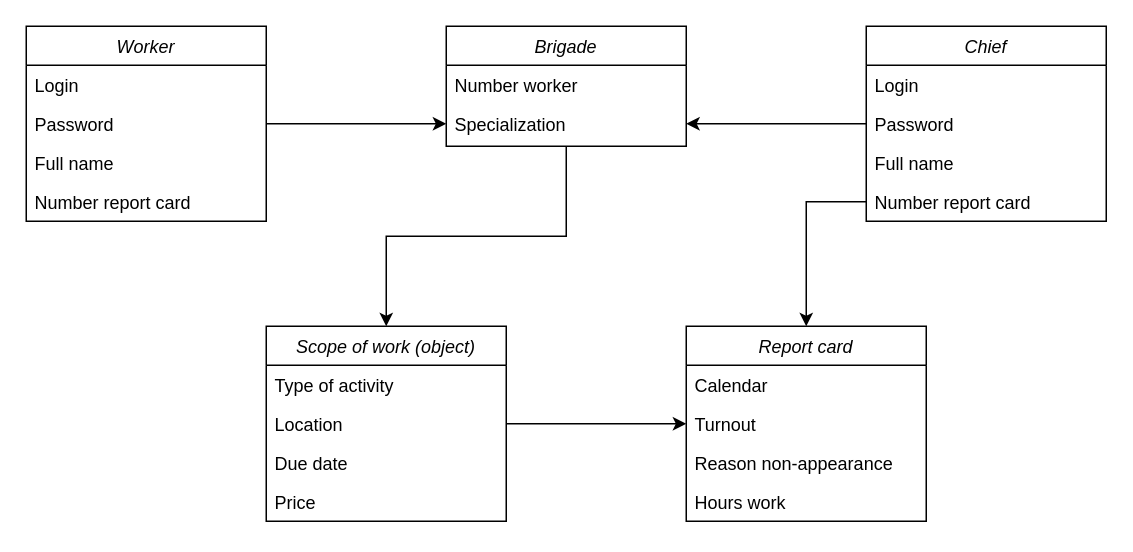
The draw.io diagram Domain.drawio in AleksandrMaslennikov/TP, before the edit. Source tidied: cells renumbered, new cells numbered last; positions are measured from the earlier drawing's top-left corner, leaving out a move shared by most shapes. Both pictures are drawn from the tidied source at 150%, with x=0, y=0 at pixel (26, 26).
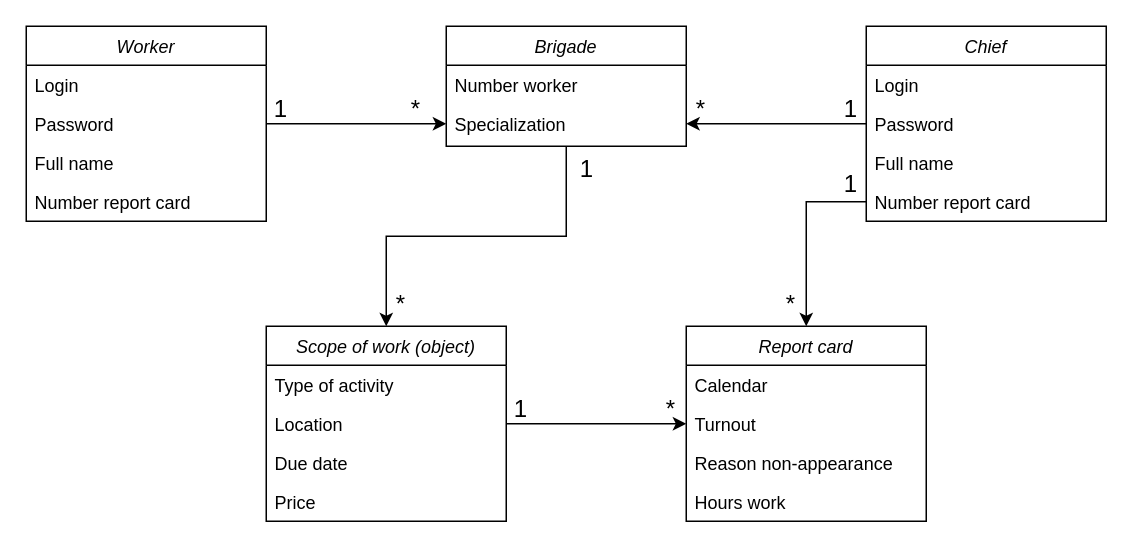
The same diagram, later.

What changed in the source:
```diff
@@
+    <mxCell id="30" value="&lt;font size=&quot;3&quot;&gt;1&lt;/font&gt;" style="text;html=1;strokeColor=none;fillColor=none;align=center;verticalAlign=middle;whiteSpace=wrap;rounded=0;" parent="1" vertex="1">
+      <mxGeometry x="160" y="40" width="20" height="30" as="geometry" />
+    </mxCell>
+    <mxCell id="31" value="&lt;font size=&quot;3&quot;&gt;1&lt;/font&gt;" style="text;html=1;strokeColor=none;fillColor=none;align=center;verticalAlign=middle;whiteSpace=wrap;rounded=0;" parent="1" vertex="1">
+      <mxGeometry x="540" y="40" width="20" height="30" as="geometry" />
+    </mxCell>
+    <mxCell id="32" value="&lt;font size=&quot;3&quot;&gt;1&lt;/font&gt;" style="text;html=1;strokeColor=none;fillColor=none;align=center;verticalAlign=middle;whiteSpace=wrap;rounded=0;" parent="1" vertex="1">
+      <mxGeometry x="540" y="90" width="20" height="30" as="geometry" />
+    </mxCell>
+    <mxCell id="33" value="&lt;font size=&quot;3&quot;&gt;1&lt;/font&gt;" style="text;html=1;strokeColor=none;fillColor=none;align=center;verticalAlign=middle;whiteSpace=wrap;rounded=0;" parent="1" vertex="1">
+      <mxGeometry x="364" y="80" width="20" height="30" as="geometry" />
+    </mxCell>
+    <mxCell id="34" value="&lt;font size=&quot;3&quot;&gt;1&lt;/font&gt;" style="text;html=1;strokeColor=none;fillColor=none;align=center;verticalAlign=middle;whiteSpace=wrap;rounded=0;" parent="1" vertex="1">
+      <mxGeometry x="320" y="240" width="20" height="30" as="geometry" />
+    </mxCell>
+    <mxCell id="35" value="&lt;font size=&quot;3&quot;&gt;*&lt;br&gt;&lt;/font&gt;" style="text;html=1;strokeColor=none;fillColor=none;align=center;verticalAlign=middle;whiteSpace=wrap;rounded=0;" parent="1" vertex="1">
+      <mxGeometry x="250" y="40" width="20" height="30" as="geometry" />
+    </mxCell>
+    <mxCell id="36" value="&lt;font size=&quot;3&quot;&gt;*&lt;br&gt;&lt;/font&gt;" style="text;html=1;strokeColor=none;fillColor=none;align=center;verticalAlign=middle;whiteSpace=wrap;rounded=0;" parent="1" vertex="1">
+      <mxGeometry x="440" y="40" width="20" height="30" as="geometry" />
+    </mxCell>
+    <mxCell id="37" value="&lt;font size=&quot;3&quot;&gt;*&lt;br&gt;&lt;/font&gt;" style="text;html=1;strokeColor=none;fillColor=none;align=center;verticalAlign=middle;whiteSpace=wrap;rounded=0;" parent="1" vertex="1">
+      <mxGeometry x="240" y="170" width="20" height="30" as="geometry" />
+    </mxCell>
+    <mxCell id="38" value="&lt;font size=&quot;3&quot;&gt;*&lt;br&gt;&lt;/font&gt;" style="text;html=1;strokeColor=none;fillColor=none;align=center;verticalAlign=middle;whiteSpace=wrap;rounded=0;" parent="1" vertex="1">
+      <mxGeometry x="500" y="170" width="20" height="30" as="geometry" />
+    </mxCell>
+    <mxCell id="39" value="&lt;font size=&quot;3&quot;&gt;*&lt;br&gt;&lt;/font&gt;" style="text;html=1;strokeColor=none;fillColor=none;align=center;verticalAlign=middle;whiteSpace=wrap;rounded=0;" parent="1" vertex="1">
+      <mxGeometry x="420" y="240" width="20" height="30" as="geometry" />
+    </mxCell>
```
